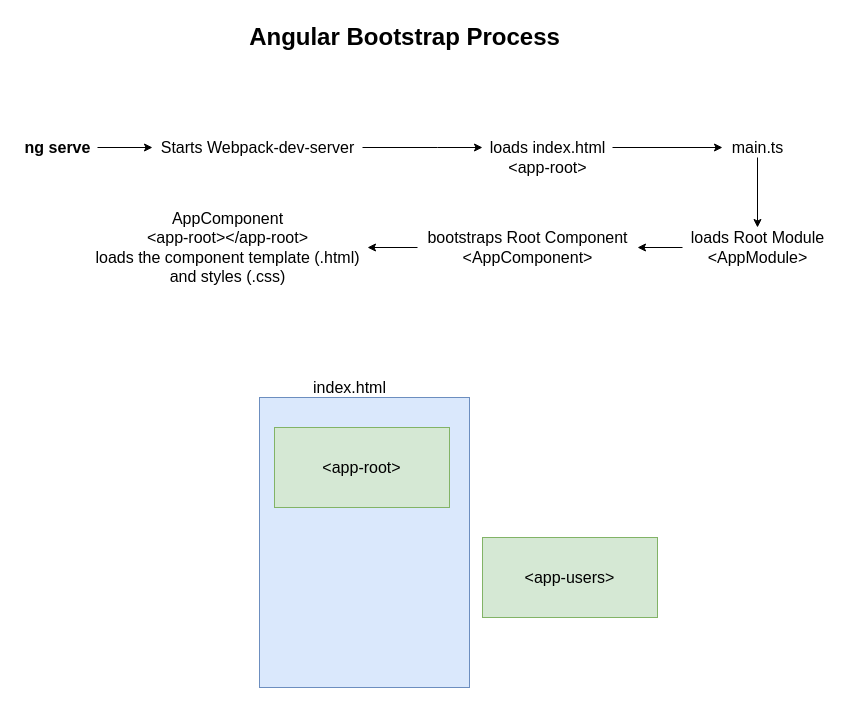
Above: page "Page-4" (4 of 5) of refs/diagrams.drawio in synergy2411/citius-jan22 (draw.io), before the change. Source tidied: cells renumbered, new cells numbered last; positions are measured from the earlier drawing's top-left corner, leaving out a move shared by most shapes. Both pictures are drawn from the tidied source at 100%, with x=0, y=0 at pixel (17, 17).
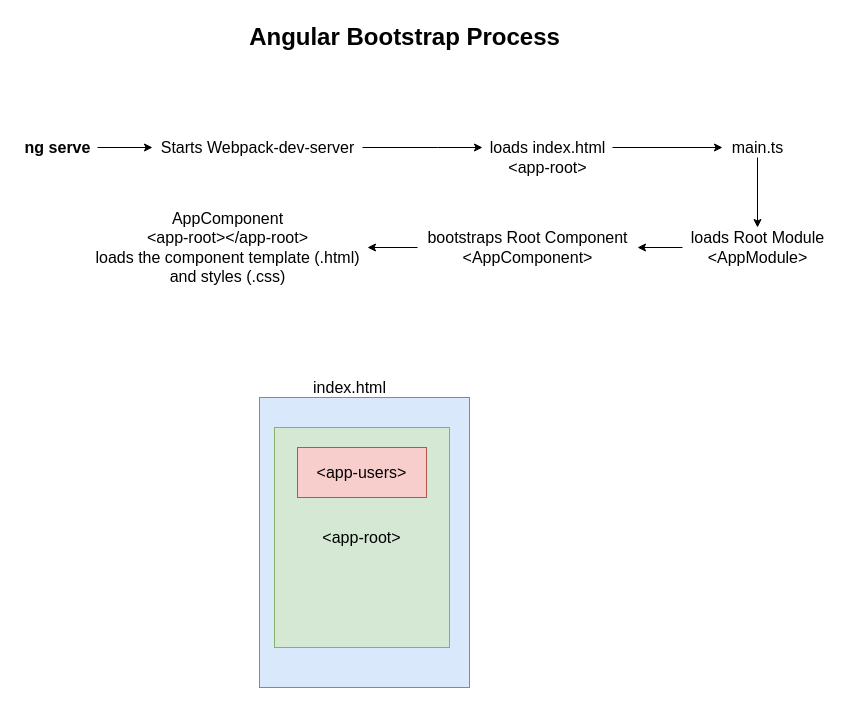
The same page after the edit.

Change to the diagram source:
```diff
@@
     <mxCell id="19" value="&amp;lt;app-root&amp;gt;" style="rounded=0;whiteSpace=wrap;html=1;fontSize=16;fillColor=#d5e8d4;strokeColor=#82b366;" parent="1" vertex="1">
-      <mxGeometry x="257" y="410" width="175" height="80" as="geometry" />
+      <mxGeometry x="257" y="410" width="175" height="220" as="geometry" />
     </mxCell>
-    <mxCell id="20" value="&amp;lt;app-users&amp;gt;" style="rounded=0;whiteSpace=wrap;html=1;fontSize=16;fillColor=#d5e8d4;strokeColor=#82b366;" parent="1" vertex="1">
-      <mxGeometry x="465" y="520" width="175" height="80" as="geometry" />
+    <mxCell id="20" value="&amp;lt;app-users&amp;gt;" style="rounded=0;whiteSpace=wrap;html=1;fontSize=16;fillColor=#f8cecc;strokeColor=#b85450;" parent="1" vertex="1">
+      <mxGeometry x="280" y="430" width="129" height="50" as="geometry" />
     </mxCell>
```
